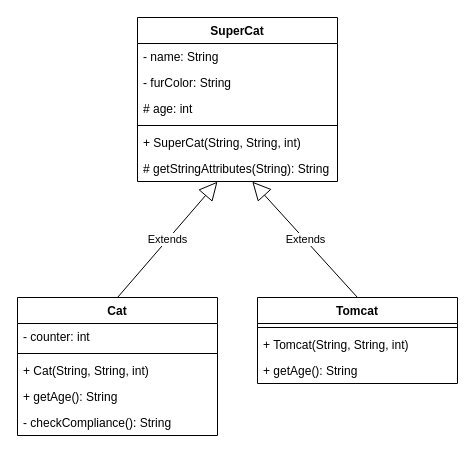
Above: page "Cat-Tomcat-SuperCat" (4 of 4) of klassendiagramm.drawio in GamerM92/03a_Vererbung_Inheritance (draw.io), before the change. Source tidied: cells renumbered, new cells numbered last; positions are measured from the earlier drawing's top-left corner, leaving out a move shared by most shapes. Both pictures are drawn from the tidied source at 100%, with x=0, y=0 at pixel (17, 17).
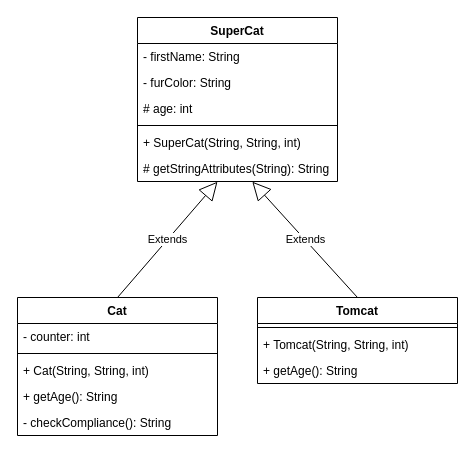
The same page after the edit.

The change refers to these unchanged cells:
```xml
<mxCell id="12" value="SuperCat" style="swimlane;fontStyle=1;align=center;verticalAlign=top;horizontal=1;startSize=26;" parent="1" vertex="1">
  <mxGeometry x="120" width="200" height="164" as="geometry" />
</mxCell>
```

Change to the diagram source:
```diff
@@
-    <mxCell id="13" value="- name: String" style="text;strokeColor=none;fillColor=none;align=left;verticalAlign=top;spacingLeft=4;spacingRight=4;overflow=hidden;" parent="12" vertex="1">
+    <mxCell id="13" value="- firstName: String" style="text;strokeColor=none;fillColor=none;align=left;verticalAlign=top;spacingLeft=4;spacingRight=4;overflow=hidden;" parent="12" vertex="1">
       <mxGeometry y="26" width="200" height="26" as="geometry" />
     </mxCell>
```
